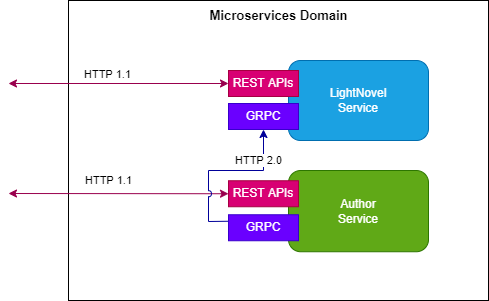
Above: Diagrams/SolutionArchitect.png in marshmary/LightNovelMicroservice (draw.io), before the change. Source tidied: cells renumbered, new cells last; positions are measured from the earlier drawing's top-left corner, leaving out a move shared by most shapes. Source of this version:
```xml
<mxGraphModel>
  <root>
    <mxCell id="0" style="html=1;" />
    <mxCell id="1" style="html=1;" parent="0" />
    <mxCell id="2" style="rounded=0;whiteSpace=wrap;html=1;fillColor=none;" parent="1" vertex="1">
      <mxGeometry x="60" width="420" height="300" as="geometry" />
    </mxCell>
    <mxCell id="3" style="endArrow=classic;html=1;rounded=0;startArrow=classic;startFill=1;entryX=0;entryY=0.5;entryDx=0;entryDy=0;strokeColor=#99004D;" parent="1" edge="1" target="15">
      <mxGeometry relative="1" as="geometry">
        <mxPoint y="83" as="sourcePoint" />
      </mxGeometry>
    </mxCell>
    <mxCell id="4" value="HTTP 1.1" style="edgeLabel;html=1;align=center;verticalAlign=middle;labelBackgroundColor=none;" parent="3" vertex="1">
      <mxGeometry x="-0.12" relative="1" as="geometry">
        <mxPoint x="2" y="-9" as="offset" />
      </mxGeometry>
    </mxCell>
    <mxCell id="5" style="endArrow=classic;html=1;rounded=0;startArrow=classic;startFill=1;entryX=0;entryY=0.5;entryDx=0;entryDy=0;strokeColor=#99004D;" parent="1" edge="1" target="11">
      <mxGeometry relative="1" as="geometry">
        <mxPoint y="193" as="sourcePoint" />
      </mxGeometry>
    </mxCell>
    <mxCell id="6" value="HTTP 1.1" style="edgeLabel;html=1;align=center;verticalAlign=middle;labelBackgroundColor=none;rotation=0;" parent="5" vertex="1">
      <mxGeometry x="-0.17" y="-1" relative="1" as="geometry">
        <mxPoint x="9" y="-14" as="offset" />
      </mxGeometry>
    </mxCell>
    <mxCell id="7" value="HTTP 2.0" style="endArrow=classic;html=1;rounded=0;exitX=0;exitY=0.25;exitDx=0;exitDy=0;startArrow=none;startFill=0;entryX=0.5;entryY=1;entryDx=0;entryDy=0;strokeColor=#000099;endFill=1;jumpStyle=arc;" parent="1" edge="1" source="12" target="16">
      <mxGeometry x="0.63" y="5" relative="1" as="geometry">
        <Array as="points">
          <mxPoint x="200" y="221" />
          <mxPoint x="200" y="170" />
          <mxPoint x="255" y="170" />
        </Array>
      </mxGeometry>
    </mxCell>
    <mxCell id="8" value="Microservices Domain" style="text;html=1;strokeColor=none;fillColor=none;align=center;verticalAlign=middle;whiteSpace=wrap;rounded=0;dashed=1;fontStyle=1;fontSize=13;" parent="1" vertex="1">
      <mxGeometry x="197.5" width="145" height="30" as="geometry" />
    </mxCell>
    <mxCell id="9" style="group;" parent="1" vertex="1">
      <mxGeometry x="220" y="170" width="200" height="81.2" as="geometry" />
    </mxCell>
    <mxCell id="10" value="Author&lt;br&gt;Service" style="rounded=1;whiteSpace=wrap;html=1;fillColor=#60a917;fontColor=#ffffff;strokeColor=#2D7600;" parent="9" vertex="1">
      <mxGeometry x="60" width="140" height="81.2" as="geometry" />
    </mxCell>
    <mxCell id="11" value="REST APIs" style="rounded=0;whiteSpace=wrap;html=1;fillColor=#d80073;fontColor=#ffffff;strokeColor=#A50040;" parent="9" vertex="1">
      <mxGeometry y="10.2" width="70" height="26" as="geometry" />
    </mxCell>
    <mxCell id="12" value="GRPC" style="rounded=0;whiteSpace=wrap;html=1;fillColor=#6a00ff;fontColor=#ffffff;strokeColor=#3700CC;" parent="9" vertex="1">
      <mxGeometry y="44.2" width="70" height="26" as="geometry" />
    </mxCell>
    <mxCell id="13" style="group;" parent="1" vertex="1">
      <mxGeometry x="220" y="60" width="200" height="80" as="geometry" />
    </mxCell>
    <mxCell id="14" value="LightNovel&lt;br&gt;Service" style="rounded=1;whiteSpace=wrap;html=1;fillColor=#1ba1e2;strokeColor=#006EAF;fontColor=#ffffff;" parent="13" vertex="1">
      <mxGeometry x="60" width="140" height="80" as="geometry" />
    </mxCell>
    <mxCell id="15" value="REST APIs" style="rounded=0;whiteSpace=wrap;html=1;fillColor=#d80073;fontColor=#ffffff;strokeColor=#A50040;" parent="13" vertex="1">
      <mxGeometry y="10" width="70" height="26" as="geometry" />
    </mxCell>
    <mxCell id="16" value="GRPC" style="rounded=0;whiteSpace=wrap;html=1;fillColor=#6a00ff;fontColor=#ffffff;strokeColor=#3700CC;" parent="13" vertex="1">
      <mxGeometry y="43" width="70" height="26" as="geometry" />
    </mxCell>
  </root>
</mxGraphModel>
```
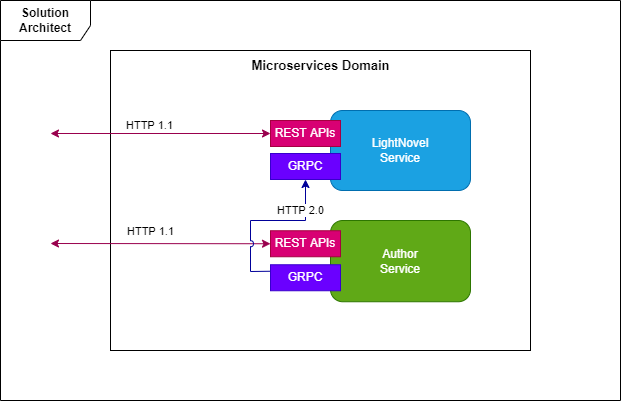
After the commit.

Change to the diagram source:
```diff
@@ -2,6 +2,9 @@
   <root>
     <mxCell id="0" style="html=1;" />
     <mxCell id="1" style="html=1;" parent="0" />
+    <mxCell id="17" value="&lt;b&gt;Solution Architect&lt;/b&gt;" style="shape=umlFrame;whiteSpace=wrap;html=1;width=90;height=40;" parent="1" vertex="1">
+      <mxGeometry x="-50" y="-50" width="620" height="400" as="geometry" />
+    </mxCell>
     <mxCell id="2" style="rounded=0;whiteSpace=wrap;html=1;fillColor=none;" parent="1" vertex="1">
       <mxGeometry x="60" width="420" height="300" as="geometry" />
     </mxCell>
```
